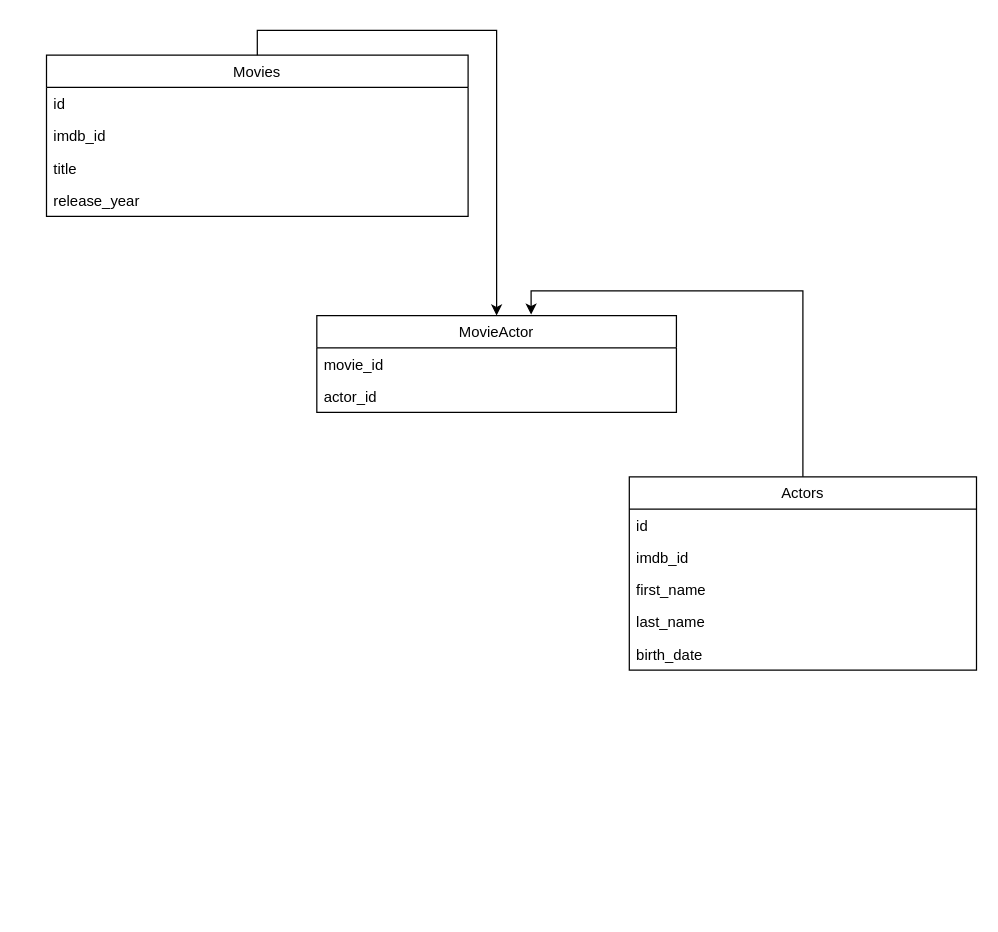
Above: DOCUMENTATION/Untitled Diagram.drawio in DoriRimon/MovieStats (draw.io), before the change. Source tidied: cells renumbered, new cells numbered last; positions are measured from the earlier drawing's top-left corner, leaving out a move shared by most shapes. Both pictures are drawn from the tidied source at 124%, with x=0, y=0 at pixel (46, 55).
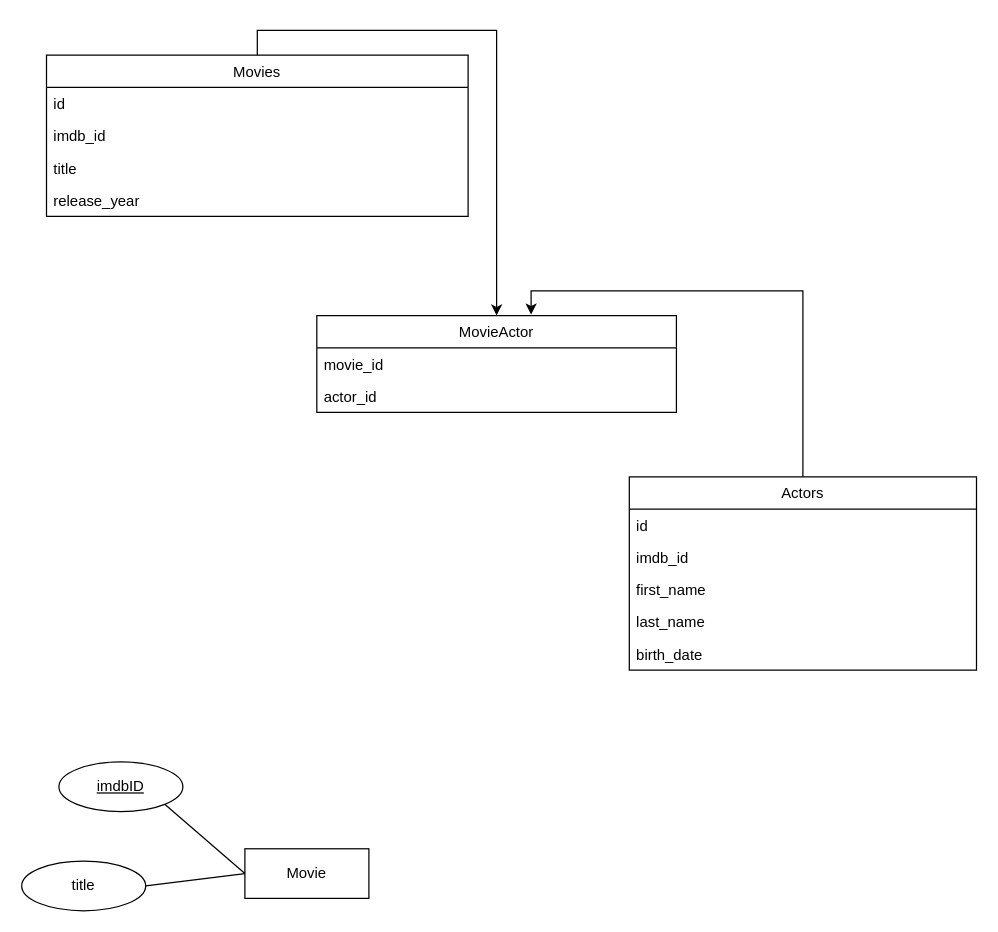
The same diagram, later.

Diff of the diagram source:
```diff
@@
+    <mxCell id="18" value="Movie" style="whiteSpace=wrap;html=1;align=center;" parent="1" vertex="1">
+      <mxGeometry x="160" y="640" width="100" height="40" as="geometry" />
+    </mxCell>
+    <mxCell id="19" value="imdbID" style="ellipse;whiteSpace=wrap;html=1;align=center;fontStyle=4;" parent="1" vertex="1">
+      <mxGeometry x="10" y="570" width="100" height="40" as="geometry" />
+    </mxCell>
+    <mxCell id="20" value="title" style="ellipse;whiteSpace=wrap;html=1;align=center;" parent="1" vertex="1">
+      <mxGeometry x="-20" y="650" width="100" height="40" as="geometry" />
+    </mxCell>
+    <mxCell id="21" style="endArrow=none;html=1;rounded=0;exitX=1;exitY=1;exitDx=0;exitDy=0;entryX=0;entryY=0.5;entryDx=0;entryDy=0;" parent="1" edge="1" source="19" target="18">
+      <mxGeometry relative="1" as="geometry" />
+    </mxCell>
+    <mxCell id="22" style="endArrow=none;html=1;rounded=0;exitX=1;exitY=0.5;exitDx=0;exitDy=0;entryX=0;entryY=0.5;entryDx=0;entryDy=0;" parent="1" edge="1" source="20" target="18">
+      <mxGeometry relative="1" as="geometry" />
+    </mxCell>
```
